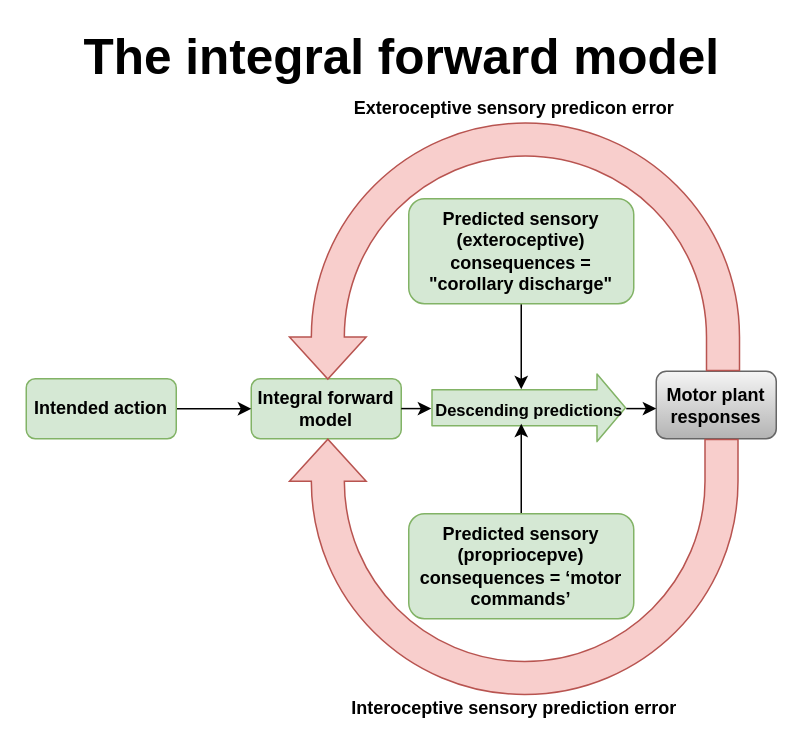
Above: Untitled Diagram.drawio in nalgi/Draw.io (draw.io), before the change. Source tidied: cells renumbered, new cells numbered last; positions are measured from the earlier drawing's top-left corner, leaving out a move shared by most shapes. Both pictures are drawn from the tidied source at 150%, with x=0, y=0 at pixel (26, 21).
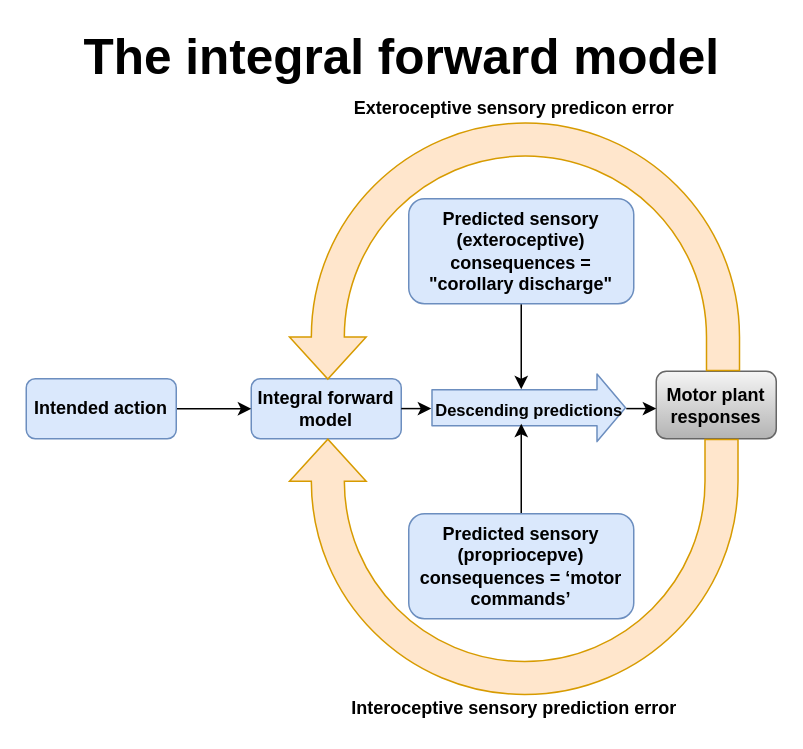
The same diagram, later.

What changed in the source:
```diff
@@
-    <mxCell id="2" value="&lt;b&gt;Integral forward model&lt;/b&gt;" style="rounded=1;whiteSpace=wrap;html=1;fillColor=#d5e8d4;strokeColor=#82b366;" parent="1" vertex="1">
+    <mxCell id="2" value="&lt;b&gt;Integral forward model&lt;/b&gt;" style="rounded=1;whiteSpace=wrap;html=1;fillColor=#dae8fc;strokeColor=#6c8ebf;" parent="1" vertex="1">
       <mxGeometry x="150" y="238" width="100" height="40" as="geometry" />
     </mxCell>
-    <mxCell id="3" style="shape=flexArrow;endArrow=classic;html=1;fillColor=#d5e8d4;strokeColor=#82b366;endSize=6;width=24;" parent="1" edge="1">
+    <mxCell id="3" style="shape=flexArrow;endArrow=classic;html=1;fillColor=#dae8fc;strokeColor=#6c8ebf;endSize=6;width=24;" parent="1" edge="1">
       <mxGeometry relative="1" as="geometry">
         <mxPoint x="270" y="257.4" as="sourcePoint" />
         <mxPoint x="400" y="257.4" as="targetPoint" />
       </mxGeometry>
     </mxCell>
@@
-    <mxCell id="7" style="html=1;shadow=0;dashed=0;align=center;verticalAlign=middle;shape=mxgraph.arrows2.uTurnArrow;dy=11;arrowHead=51.11;dx2=27.98;rotation=-90;perimeterSpacing=0;flipH=1;fillColor=#f8cecc;strokeColor=#b85450;" parent="1" vertex="1">
+    <mxCell id="7" style="html=1;shadow=0;dashed=0;align=center;verticalAlign=middle;shape=mxgraph.arrows2.uTurnArrow;dy=11;arrowHead=51.11;dx2=27.98;rotation=-90;perimeterSpacing=0;flipH=1;fillColor=#ffe6cc;strokeColor=#d79b00;" parent="1" vertex="1">
       <mxGeometry x="243" width="165" height="300" as="geometry" />
     </mxCell>
@@
-    <mxCell id="9" value="&lt;b&gt;Intended action&lt;/b&gt;" style="rounded=1;whiteSpace=wrap;html=1;fillColor=#d5e8d4;strokeColor=#82b366;" parent="1" vertex="1">
+    <mxCell id="9" value="&lt;b&gt;Intended action&lt;/b&gt;" style="rounded=1;whiteSpace=wrap;html=1;fillColor=#dae8fc;strokeColor=#6c8ebf;" parent="1" vertex="1">
       <mxGeometry y="238" width="100" height="40" as="geometry" />
     </mxCell>
@@
-    <mxCell id="11" style="html=1;shadow=0;dashed=0;align=center;verticalAlign=middle;shape=mxgraph.arrows2.uTurnArrow;dy=11;arrowHead=51.11;dx2=27.98;rotation=-90;perimeterSpacing=0;flipH=0;fillColor=#f8cecc;strokeColor=#b85450;" parent="1" vertex="1">
+    <mxCell id="11" style="html=1;shadow=0;dashed=0;align=center;verticalAlign=middle;shape=mxgraph.arrows2.uTurnArrow;dy=11;arrowHead=51.11;dx2=27.98;rotation=-90;perimeterSpacing=0;flipH=0;fillColor=#ffe6cc;strokeColor=#d79b00;" parent="1" vertex="1">
       <mxGeometry x="240" y="214" width="170" height="299" as="geometry" />
     </mxCell>
@@
-    <mxCell id="14" value="&lt;b&gt;Predicted sensory (exteroceptive)&lt;br&gt;consequences = &quot;corollary discharge&quot;&lt;/b&gt;" style="rounded=1;whiteSpace=wrap;html=1;fillColor=#d5e8d4;strokeColor=#82b366;" parent="1" vertex="1">
+    <mxCell id="14" value="&lt;b&gt;Predicted sensory (exteroceptive)&lt;br&gt;consequences = &quot;corollary discharge&quot;&lt;/b&gt;" style="rounded=1;whiteSpace=wrap;html=1;fillColor=#dae8fc;strokeColor=#6c8ebf;" parent="1" vertex="1">
       <mxGeometry x="255" y="118" width="150" height="70" as="geometry" />
     </mxCell>
@@
-    <mxCell id="16" value="&lt;b&gt;&lt;span&gt;Predicted sensory (propriocepve)&lt;/span&gt;&lt;br&gt;&lt;span&gt;consequences = ‘motor commands’&lt;/span&gt;&lt;/b&gt;" style="rounded=1;whiteSpace=wrap;html=1;fillColor=#d5e8d4;strokeColor=#82b366;" parent="1" vertex="1">
+    <mxCell id="16" value="&lt;b&gt;&lt;span&gt;Predicted sensory (propriocepve)&lt;/span&gt;&lt;br&gt;&lt;span&gt;consequences = ‘motor commands’&lt;/span&gt;&lt;/b&gt;" style="rounded=1;whiteSpace=wrap;html=1;fillColor=#dae8fc;strokeColor=#6c8ebf;" parent="1" vertex="1">
       <mxGeometry x="255" y="328" width="150" height="70" as="geometry" />
     </mxCell>
```
